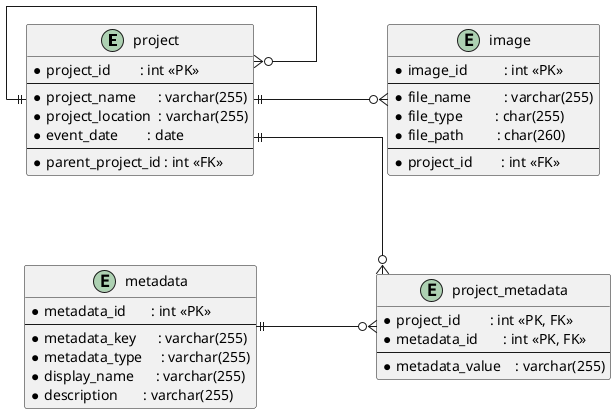
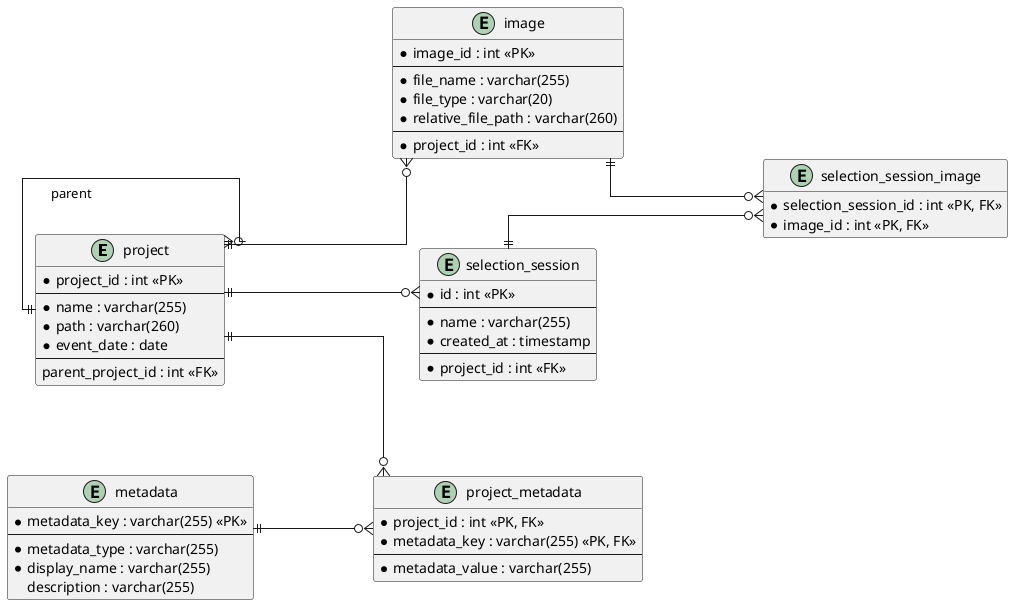
﻿@startuml
left to right direction
hide methods
hide stereotypes
skinparam linetype ortho
skinparam nodesep 90
skinparam ranksep 120

entity "project" as project {
-   * project_id        : int <<PK>>
+   * project_id : int <<PK>>
  --
-   * project_name      : varchar(255)
-   * project_location  : varchar(255)
-   * event_date        : date
+   * name : varchar(255)
+   * path : varchar(260)
+   * event_date : date
  --
-   *  parent_project_id : int <<FK>>
+   parent_project_id : int <<FK>>
}

entity "image" as image {
-   * image_id          : int <<PK>>
+   * image_id : int <<PK>>
  --
-   * file_name         : varchar(255)
-   * file_type         : char(255)
-   * file_path         : char(260)
+   * file_name : varchar(255)
+   * file_type : varchar(20)
+   * relative_file_path : varchar(260)
  --
-   * project_id        : int <<FK>>
+   * project_id : int <<FK>>
}

entity "metadata" as metadata {
-   * metadata_id       : int <<PK>>
+   * metadata_key : varchar(255) <<PK>>
  --
-   * metadata_key      : varchar(255)
-   * metadata_type     : varchar(255)
-   * display_name      : varchar(255)
-   * description       : varchar(255)
+   * metadata_type : varchar(255)
+   * display_name : varchar(255)
+   description : varchar(255)
}

entity "project_metadata" as project_metadata {
-   * project_id        : int <<PK, FK>>
-   * metadata_id       : int <<PK, FK>>
+   * project_id : int <<PK, FK>>
+   * metadata_key : varchar(255) <<PK, FK>>
  --
-   *  metadata_value    : varchar(255)
+   * metadata_value : varchar(255)
}

- project ||--o{ project
+ entity "selection_session" as selection_session {
+   * id : int <<PK>>
+   --
+   * name : varchar(255)
+   * created_at : timestamp
+   --
+   * project_id : int <<FK>>
+ }
+ 
+ entity "selection_session_image" as selection_session_image {
+   * selection_session_id : int <<PK, FK>>
+   * image_id : int <<PK, FK>>
+ }
+ 
+ project ||--o{ project : parent
+ project ||--o{ image
project ||--o{ project_metadata
- project ||--o{ image
+ project ||--o{ selection_session
+ 
metadata ||--o{ project_metadata

+ selection_session ||--o{ selection_session_image
+ image ||--o{ selection_session_image
+ 
@enduml